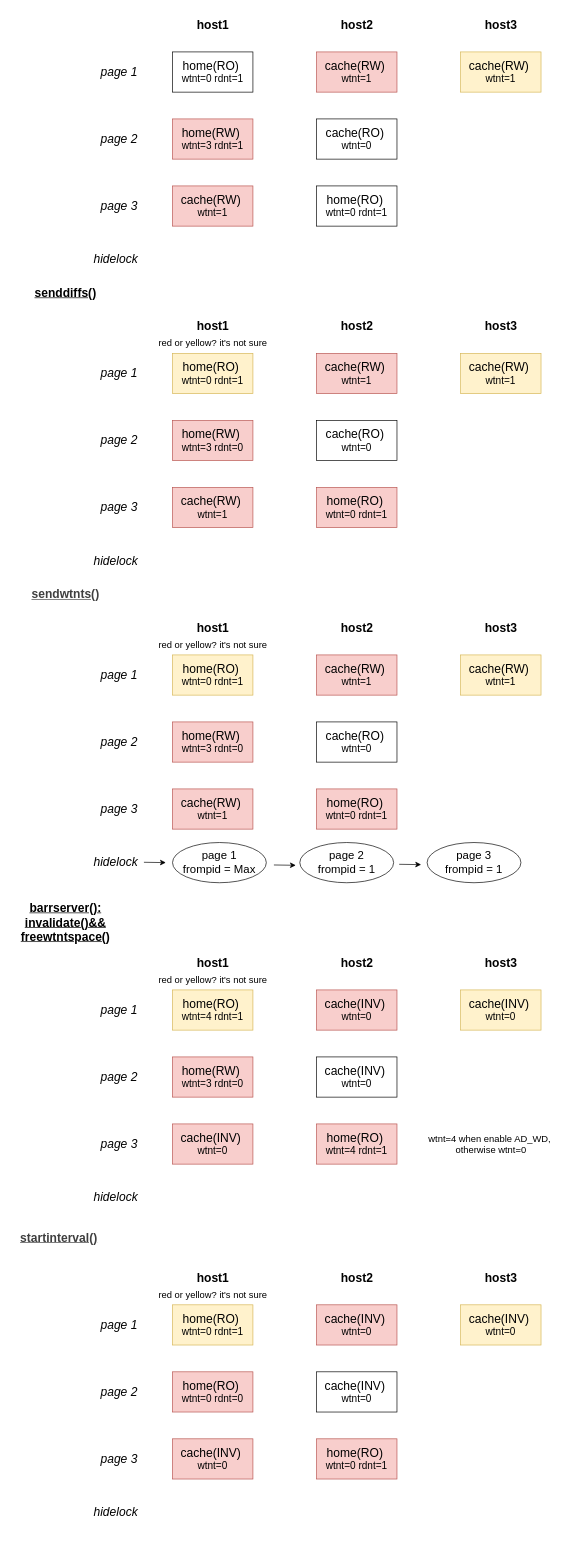
Before: _draws/jiajia_barr_sync.drawio in segzix/segzix.github.io, a draw.io diagram. Source tidied: cells renumbered, new cells numbered last; positions are measured from the earlier drawing's top-left corner, leaving out a move shared by most shapes. Both pictures are drawn from the tidied source at 67%, with x=0, y=0 at pixel (11, 11).
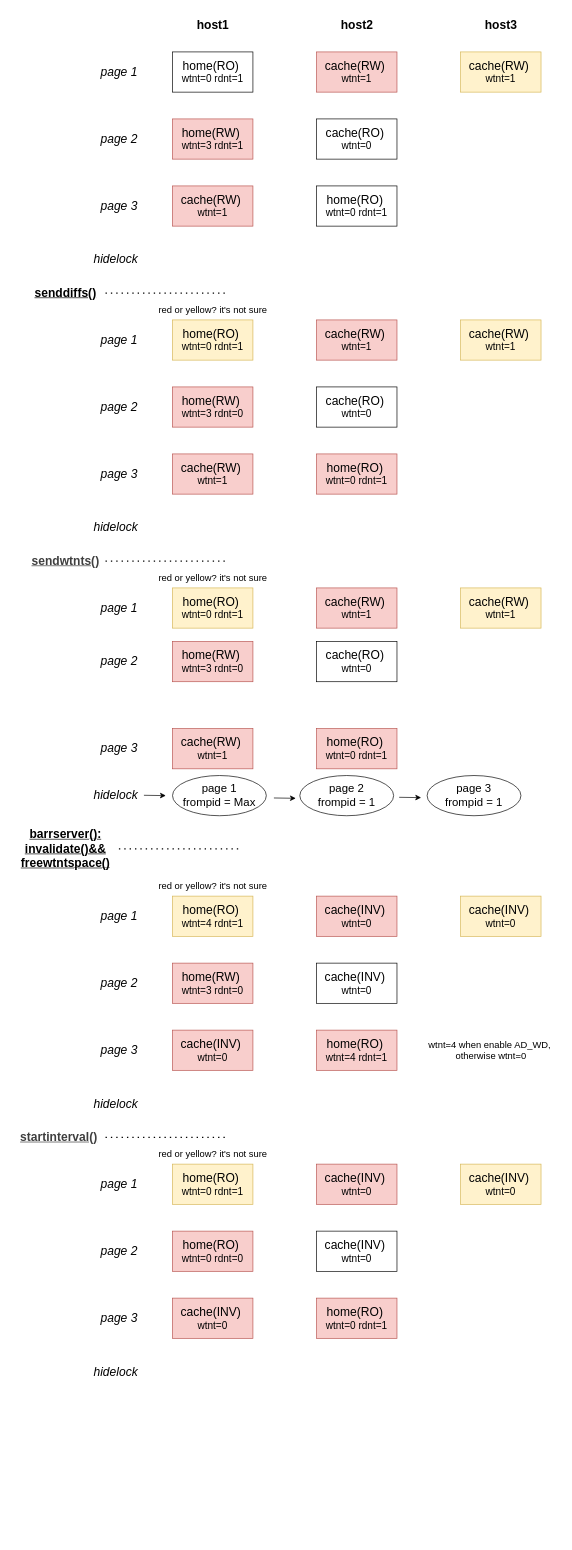
The same page after the edit.

Unchanged cells that the change refers to:
```xml
<mxCell id="3" style="group;" parent="1" vertex="1">
  <mxGeometry x="110" width="680" height="390" as="geometry" />
</mxCell>
<mxCell id="21" style="group;" parent="20" vertex="1">
  <mxGeometry x="10" width="670" height="320" as="geometry" />
</mxCell>
<mxCell id="41" style="group;" parent="40" vertex="1">
  <mxGeometry x="10" width="670" height="320" as="geometry" />
</mxCell>
<mxCell id="45" style="group;" parent="41" vertex="1">
  <mxGeometry y="60" width="670" height="260" as="geometry" />
</mxCell>
<mxCell id="66" style="group;" parent="65" vertex="1">
  <mxGeometry x="10" width="700" height="320" as="geometry" />
</mxCell>
<mxCell id="86" style="group;" parent="85" vertex="1">
  <mxGeometry x="10" width="700" height="320" as="geometry" />
</mxCell>
```

The edit, as a diff of the source:
```diff
@@
+    <mxCell id="104" style="endArrow=none;dashed=1;html=1;dashPattern=1 3;strokeWidth=2;rounded=0;" parent="3" edge="1">
+      <mxGeometry relative="1" as="geometry">
+        <mxPoint x="30" y="420" as="sourcePoint" />
+        <mxPoint x="210" y="420" as="targetPoint" />
+      </mxGeometry>
+    </mxCell>
     <mxCell id="20" style="group;" parent="1" vertex="1">
-      <mxGeometry x="110" y="450" width="680" height="390" as="geometry" />
+      <mxGeometry x="110" y="400" width="680" height="390" as="geometry" />
     </mxCell>
@@
-    <mxCell id="22" value="&lt;font style=&quot;font-size: 18px;&quot;&gt;&lt;b&gt;host1&lt;/b&gt;&lt;/font&gt;" style="text;html=1;align=center;verticalAlign=middle;strokeColor=none;fillColor=none;" parent="21" vertex="1">
-      <mxGeometry x="145" width="70" height="40" as="geometry" />
-    </mxCell>
-    <mxCell id="23" value="&lt;font style=&quot;font-size: 18px;&quot;&gt;&lt;b&gt;host2&lt;/b&gt;&lt;/font&gt;" style="text;html=1;align=center;verticalAlign=middle;strokeColor=none;fillColor=none;" parent="21" vertex="1">
-      <mxGeometry x="360" width="70" height="40" as="geometry" />
-    </mxCell>
-    <mxCell id="24" value="&lt;font style=&quot;font-size: 18px;&quot;&gt;&lt;b&gt;host3&lt;/b&gt;&lt;/font&gt;" style="text;html=1;align=center;verticalAlign=middle;strokeColor=none;fillColor=none;" parent="21" vertex="1">
-      <mxGeometry x="575" width="70" height="40" as="geometry" />
-    </mxCell>
@@
     <mxCell id="38" value="&lt;b style=&quot;color: rgb(63, 63, 63); scrollbar-color: light-dark(#e2e2e2, #4b4b4b)&lt;br/&gt;&#9;&#9;&#9;&#9;&#9;light-dark(#fbfbfb, var(--dark-panel-color)); font-size: 18px;&quot;&gt;&lt;u style=&quot;scrollbar-color: light-dark(#e2e2e2, #4b4b4b)&lt;br/&gt;&#9;&#9;&#9;&#9;&#9;light-dark(#fbfbfb, var(--dark-panel-color));&quot;&gt;sendwtnts()&lt;/u&gt;&lt;/b&gt;" style="text;html=1;align=center;verticalAlign=middle;strokeColor=none;fillColor=none;" parent="1" vertex="1">
-      <mxGeometry x="20" y="850" width="120" height="40" as="geometry" />
+      <mxGeometry x="20" y="800" width="120" height="40" as="geometry" />
     </mxCell>
     <mxCell id="39" style="group;" parent="1" vertex="1">
-      <mxGeometry x="110" y="900" width="680" height="410" as="geometry" />
+      <mxGeometry x="110" y="800" width="680" height="410" as="geometry" />
     </mxCell>
@@
-    <mxCell id="42" value="&lt;font style=&quot;font-size: 18px;&quot;&gt;&lt;b&gt;host1&lt;/b&gt;&lt;/font&gt;" style="text;html=1;align=center;verticalAlign=middle;strokeColor=none;fillColor=none;" parent="41" vertex="1">
-      <mxGeometry x="145" width="70" height="40" as="geometry" />
-    </mxCell>
-    <mxCell id="43" value="&lt;font style=&quot;font-size: 18px;&quot;&gt;&lt;b&gt;host2&lt;/b&gt;&lt;/font&gt;" style="text;html=1;align=center;verticalAlign=middle;strokeColor=none;fillColor=none;" parent="41" vertex="1">
-      <mxGeometry x="360" width="70" height="40" as="geometry" />
-    </mxCell>
-    <mxCell id="44" value="&lt;font style=&quot;font-size: 18px;&quot;&gt;&lt;b&gt;host3&lt;/b&gt;&lt;/font&gt;" style="text;html=1;align=center;verticalAlign=middle;strokeColor=none;fillColor=none;" parent="41" vertex="1">
-      <mxGeometry x="575" width="70" height="40" as="geometry" />
-    </mxCell>
@@
     <mxCell id="50" value="&lt;font style=&quot;font-size: 18px;&quot;&gt;home(RW)&amp;nbsp;&lt;/font&gt;&lt;div&gt;&lt;font style=&quot;font-size: 15px;&quot;&gt;wtnt=3 rdnt=0&lt;/font&gt;&lt;/div&gt;" style="rounded=0;whiteSpace=wrap;html=1;fillColor=#f8cecc;strokeColor=#b85450;" parent="45" vertex="1">
-      <mxGeometry x="120" y="100" width="120" height="60" as="geometry" />
+      <mxGeometry x="120" y="80" width="120" height="60" as="geometry" />
     </mxCell>
     <mxCell id="51" value="&lt;font style=&quot;font-size: 18px;&quot;&gt;&lt;i&gt;page 2&lt;/i&gt;&lt;/font&gt;" style="text;html=1;align=center;verticalAlign=middle;strokeColor=none;fillColor=none;" parent="45" vertex="1">
-      <mxGeometry y="110" width="80" height="40" as="geometry" />
+      <mxGeometry y="90" width="80" height="40" as="geometry" />
     </mxCell>
     <mxCell id="52" value="&lt;font style=&quot;font-size: 18px;&quot;&gt;cache(RO)&amp;nbsp;&lt;/font&gt;&lt;div&gt;&lt;font style=&quot;font-size: 15px;&quot;&gt;wtnt=0&lt;/font&gt;&lt;/div&gt;" style="rounded=0;whiteSpace=wrap;html=1;" parent="45" vertex="1">
-      <mxGeometry x="335" y="100" width="120" height="60" as="geometry" />
+      <mxGeometry x="335" y="80" width="120" height="60" as="geometry" />
     </mxCell>
     <mxCell id="53" value="&lt;font style=&quot;font-size: 18px;&quot;&gt;home(RO)&amp;nbsp;&lt;/font&gt;&lt;div&gt;&lt;font style=&quot;font-size: 15px;&quot;&gt;wtnt=0 rdnt=1&lt;/font&gt;&lt;/div&gt;" style="rounded=0;whiteSpace=wrap;html=1;fillColor=#f8cecc;strokeColor=#b85450;" parent="45" vertex="1">
-      <mxGeometry x="335" y="200" width="120" height="60" as="geometry" />
+      <mxGeometry x="335" y="210" width="120" height="60" as="geometry" />
     </mxCell>
     <mxCell id="54" value="&lt;font style=&quot;font-size: 18px;&quot;&gt;&lt;i&gt;page 3&lt;/i&gt;&lt;/font&gt;" style="text;html=1;align=center;verticalAlign=middle;strokeColor=none;fillColor=none;" parent="45" vertex="1">
-      <mxGeometry y="210" width="80" height="40" as="geometry" />
+      <mxGeometry y="220" width="80" height="40" as="geometry" />
     </mxCell>
     <mxCell id="55" value="&lt;font style=&quot;font-size: 18px;&quot;&gt;cache(RW)&amp;nbsp;&lt;/font&gt;&lt;div&gt;&lt;font style=&quot;font-size: 15px;&quot;&gt;wtnt=1&lt;/font&gt;&lt;/div&gt;" style="rounded=0;whiteSpace=wrap;html=1;fillColor=#f8cecc;strokeColor=#b85450;" parent="45" vertex="1">
-      <mxGeometry x="120" y="200" width="120" height="60" as="geometry" />
+      <mxGeometry x="120" y="210" width="120" height="60" as="geometry" />
     </mxCell>
@@
+    <mxCell id="105" style="endArrow=none;dashed=1;html=1;dashPattern=1 3;strokeWidth=2;rounded=0;" parent="41" edge="1">
+      <mxGeometry relative="1" as="geometry">
+        <mxPoint x="20" y="20" as="sourcePoint" />
+        <mxPoint x="200" y="20" as="targetPoint" />
+      </mxGeometry>
+    </mxCell>
@@
     <mxCell id="64" style="group;" parent="1" vertex="1">
-      <mxGeometry x="110" y="1400" width="710" height="410" as="geometry" />
+      <mxGeometry x="110" y="1260" width="710" height="820" as="geometry" />
     </mxCell>
     <mxCell id="65" style="group;" parent="64" vertex="1">
-      <mxGeometry width="710" height="410" as="geometry" />
+      <mxGeometry width="710" height="820" as="geometry" />
     </mxCell>
@@
-    <mxCell id="67" value="&lt;font style=&quot;font-size: 18px;&quot;&gt;&lt;b&gt;host1&lt;/b&gt;&lt;/font&gt;" style="text;html=1;align=center;verticalAlign=middle;strokeColor=none;fillColor=none;" parent="66" vertex="1">
-      <mxGeometry x="145" width="70" height="40" as="geometry" />
-    </mxCell>
-    <mxCell id="68" value="&lt;font style=&quot;font-size: 18px;&quot;&gt;&lt;b&gt;host2&lt;/b&gt;&lt;/font&gt;" style="text;html=1;align=center;verticalAlign=middle;strokeColor=none;fillColor=none;" parent="66" vertex="1">
-      <mxGeometry x="360" width="70" height="40" as="geometry" />
-    </mxCell>
-    <mxCell id="69" value="&lt;font style=&quot;font-size: 18px;&quot;&gt;&lt;b&gt;host3&lt;/b&gt;&lt;/font&gt;" style="text;html=1;align=center;verticalAlign=middle;strokeColor=none;fillColor=none;" parent="66" vertex="1">
-      <mxGeometry x="575" width="70" height="40" as="geometry" />
-    </mxCell>
@@
-    <mxCell id="84" value="&lt;span style=&quot;font-size: 18px;&quot;&gt;&lt;b&gt;&lt;u&gt;barrserver():&lt;/u&gt;&lt;/b&gt;&lt;/span&gt;&lt;div&gt;&lt;span style=&quot;font-size: 18px;&quot;&gt;&lt;b&gt;&lt;u&gt;invalidate()&amp;amp;&amp;amp;&lt;/u&gt;&lt;/b&gt;&lt;/span&gt;&lt;/div&gt;&lt;div&gt;&lt;span style=&quot;font-size: 18px;&quot;&gt;&lt;b&gt;&lt;u&gt;freewtntspace()&lt;/u&gt;&lt;/b&gt;&lt;/span&gt;&lt;/div&gt;" style="text;html=1;align=center;verticalAlign=middle;strokeColor=none;fillColor=none;" parent="1" vertex="1">
-      <mxGeometry y="1320" width="160" height="80" as="geometry" />
-    </mxCell>
-    <mxCell id="85" style="group;" parent="1" vertex="1">
-      <mxGeometry x="110" y="1870" width="710" height="410" as="geometry" />
+    <mxCell id="85" style="group;" parent="65" vertex="1">
+      <mxGeometry y="400" width="710" height="410" as="geometry" />
     </mxCell>
@@
-    <mxCell id="87" value="&lt;font style=&quot;font-size: 18px;&quot;&gt;&lt;b&gt;host1&lt;/b&gt;&lt;/font&gt;" style="text;html=1;align=center;verticalAlign=middle;strokeColor=none;fillColor=none;" parent="86" vertex="1">
-      <mxGeometry x="145" width="70" height="40" as="geometry" />
-    </mxCell>
-    <mxCell id="88" value="&lt;font style=&quot;font-size: 18px;&quot;&gt;&lt;b&gt;host2&lt;/b&gt;&lt;/font&gt;" style="text;html=1;align=center;verticalAlign=middle;strokeColor=none;fillColor=none;" parent="86" vertex="1">
-      <mxGeometry x="360" width="70" height="40" as="geometry" />
-    </mxCell>
-    <mxCell id="89" value="&lt;font style=&quot;font-size: 18px;&quot;&gt;&lt;b&gt;host3&lt;/b&gt;&lt;/font&gt;" style="text;html=1;align=center;verticalAlign=middle;strokeColor=none;fillColor=none;" parent="86" vertex="1">
-      <mxGeometry x="575" width="70" height="40" as="geometry" />
-    </mxCell>
@@
+    <mxCell id="106" style="endArrow=none;dashed=1;html=1;dashPattern=1 3;strokeWidth=2;rounded=0;" parent="86" edge="1">
+      <mxGeometry relative="1" as="geometry">
+        <mxPoint x="20" y="20" as="sourcePoint" />
+        <mxPoint x="200" y="20" as="targetPoint" />
+      </mxGeometry>
+    </mxCell>
@@
+    <mxCell id="84" value="&lt;span style=&quot;font-size: 18px;&quot;&gt;&lt;b&gt;&lt;u&gt;barrserver():&lt;/u&gt;&lt;/b&gt;&lt;/span&gt;&lt;div&gt;&lt;span style=&quot;font-size: 18px;&quot;&gt;&lt;b&gt;&lt;u&gt;invalidate()&amp;amp;&amp;amp;&lt;/u&gt;&lt;/b&gt;&lt;/span&gt;&lt;/div&gt;&lt;div&gt;&lt;span style=&quot;font-size: 18px;&quot;&gt;&lt;b&gt;&lt;u&gt;freewtntspace()&lt;/u&gt;&lt;/b&gt;&lt;/span&gt;&lt;/div&gt;" style="text;html=1;align=center;verticalAlign=middle;strokeColor=none;fillColor=none;" parent="1" vertex="1">
+      <mxGeometry y="1210" width="160" height="80" as="geometry" />
+    </mxCell>
     <mxCell id="103" value="&lt;b style=&quot;color: rgb(63, 63, 63); scrollbar-color: light-dark(#e2e2e2, #4b4b4b)&lt;br/&gt;&#9;&#9;&#9;&#9;&#9;light-dark(#fbfbfb, var(--dark-panel-color)); font-size: 18px;&quot;&gt;&lt;u style=&quot;scrollbar-color: light-dark(#e2e2e2, #4b4b4b)&lt;br/&gt;&#9;&#9;&#9;&#9;&#9;light-dark(#fbfbfb, var(--dark-panel-color));&quot;&gt;startinterval()&lt;/u&gt;&lt;/b&gt;" style="text;html=1;align=center;verticalAlign=middle;strokeColor=none;fillColor=none;" parent="1" vertex="1">
-      <mxGeometry y="1810" width="140" height="40" as="geometry" />
+      <mxGeometry y="1660" width="140" height="40" as="geometry" />
     </mxCell>
+    <mxCell id="107" style="endArrow=none;dashed=1;html=1;dashPattern=1 3;strokeWidth=2;rounded=0;" parent="1" edge="1">
+      <mxGeometry relative="1" as="geometry">
+        <mxPoint x="160" y="1249.5" as="sourcePoint" />
+        <mxPoint x="340" y="1249.5" as="targetPoint" />
+      </mxGeometry>
+    </mxCell>
```
